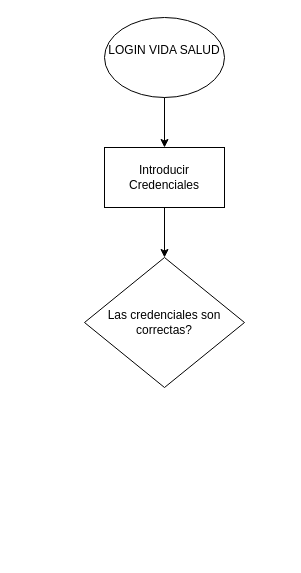
joaonunez/diagramasClase keeps this draw.io diagram as DiagramaDeFlujoVidaSalud.drawio. Above is the earlier version. Source tidied: cells renumbered, new cells numbered last; positions are measured from the earlier drawing's top-left corner, leaving out a move shared by most shapes. Both pictures are drawn from the tidied source at 100%, with x=0, y=0 at pixel (84, 17).
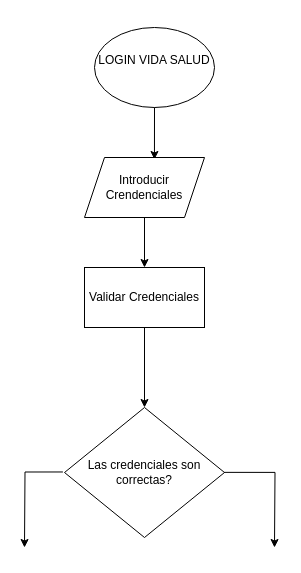
After the change.

What changed in the source:
```diff
@@
 <mxGraphModel>
   <root>
     <mxCell id="0" />
     <mxCell id="1" parent="0" />
-    <mxCell id="2" style="group;" parent="1" vertex="1">
-      <mxGeometry width="160" height="370" as="geometry" />
-    </mxCell>
-    <mxCell id="3" value="Las credenciales son correctas?" style="rhombus;whiteSpace=wrap;html=1;" parent="2" vertex="1">
-      <mxGeometry y="240" width="160" height="130" as="geometry" />
+    <mxCell id="3" value="Las credenciales son correctas?" style="rhombus;whiteSpace=wrap;html=1;" parent="1" vertex="1">
+      <mxGeometry x="-20" y="390" width="160" height="130" as="geometry" />
     </mxCell>
-    <mxCell id="4" style="group;" parent="2" vertex="1">
-      <mxGeometry x="20" width="120" height="190" as="geometry" />
-    </mxCell>
+    <mxCell id="8" style="endArrow=classic;html=1;rounded=0;exitX=0.5;exitY=1;exitDx=0;exitDy=0;entryX=0.5;entryY=0;entryDx=0;entryDy=0;" parent="1" edge="1" source="9" target="6">
+      <mxGeometry relative="1" as="geometry" />
+    </mxCell>
-    <mxCell id="5" value="LOGIN VIDA SALUD&lt;div&gt;&lt;br&gt;&lt;/div&gt;" style="ellipse;whiteSpace=wrap;html=1;" parent="4" vertex="1">
-      <mxGeometry width="120" height="80" as="geometry" />
+    <mxCell id="5" value="LOGIN VIDA SALUD&lt;div&gt;&lt;br&gt;&lt;/div&gt;" style="ellipse;whiteSpace=wrap;html=1;" parent="1" vertex="1">
+      <mxGeometry x="10" y="10" width="120" height="80" as="geometry" />
     </mxCell>
-    <mxCell id="6" value="Introducir Credenciales" style="rounded=0;whiteSpace=wrap;html=1;" parent="4" vertex="1">
-      <mxGeometry y="130" width="120" height="60" as="geometry" />
+    <mxCell id="6" value="Validar Credenciales" style="rounded=0;whiteSpace=wrap;html=1;" parent="1" vertex="1">
+      <mxGeometry y="250" width="120" height="60" as="geometry" />
     </mxCell>
-    <mxCell id="7" style="endArrow=classic;html=1;rounded=0;exitX=0.5;exitY=1;exitDx=0;exitDy=0;entryX=0.5;entryY=0;entryDx=0;entryDy=0;" parent="4" edge="1" source="5" target="6">
+    <mxCell id="7" style="endArrow=classic;html=1;rounded=0;exitX=0.5;exitY=1;exitDx=0;exitDy=0;entryX=0.583;entryY=0.033;entryDx=0;entryDy=0;entryPerimeter=0;" parent="1" edge="1" source="5" target="9">
       <mxGeometry relative="1" as="geometry" />
     </mxCell>
-    <mxCell id="8" style="endArrow=classic;html=1;rounded=0;exitX=0.5;exitY=1;exitDx=0;exitDy=0;" parent="2" edge="1" source="6" target="3">
-      <mxGeometry relative="1" as="geometry" />
-    </mxCell>
+    <mxCell id="9" value="Introducir Crendenciales" style="shape=parallelogram;perimeter=parallelogramPerimeter;whiteSpace=wrap;html=1;fixedSize=1;" parent="1" vertex="1">
+      <mxGeometry y="140" width="120" height="60" as="geometry" />
+    </mxCell>
+    <mxCell id="10" style="endArrow=classic;html=1;rounded=0;exitX=0.5;exitY=1;exitDx=0;exitDy=0;entryX=0.5;entryY=0;entryDx=0;entryDy=0;" parent="1" edge="1" source="6" target="3">
+      <mxGeometry relative="1" as="geometry" />
+    </mxCell>
+    <mxCell id="11" style="endArrow=classic;html=1;rounded=0;exitX=-0.01;exitY=0.496;exitDx=0;exitDy=0;exitPerimeter=0;edgeStyle=orthogonalEdgeStyle;" parent="1" edge="1" source="3">
+      <mxGeometry relative="1" as="geometry">
+        <mxPoint x="-60" y="530" as="targetPoint" />
+      </mxGeometry>
+    </mxCell>
+    <mxCell id="12" style="endArrow=classic;html=1;rounded=0;exitX=0.997;exitY=0.499;exitDx=0;exitDy=0;exitPerimeter=0;edgeStyle=orthogonalEdgeStyle;" parent="1" edge="1" source="3">
+      <mxGeometry relative="1" as="geometry">
+        <mxPoint x="190" y="530" as="targetPoint" />
+      </mxGeometry>
+    </mxCell>
   </root>
 </mxGraphModel>
```
